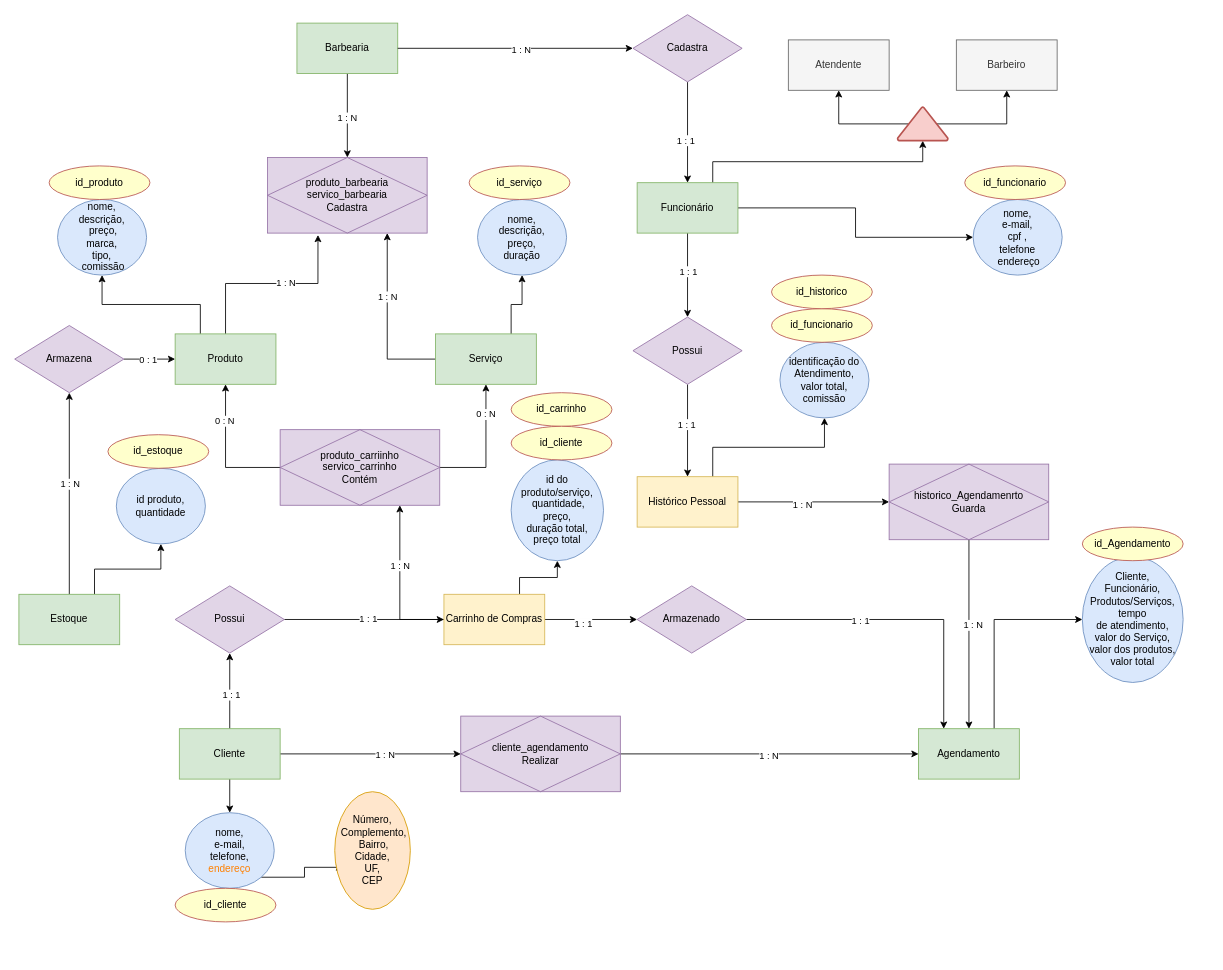
Before: projetos/barbearia_app/V2/V1_diagrama-barbearia.drawio in Vitin-Ps/meus_projetos, a draw.io diagram. Source tidied: cells renumbered, new cells numbered last; positions are measured from the earlier drawing's top-left corner, leaving out a move shared by most shapes. Both pictures are drawn from the tidied source at 84%, with x=0, y=0 at pixel (14, 14).
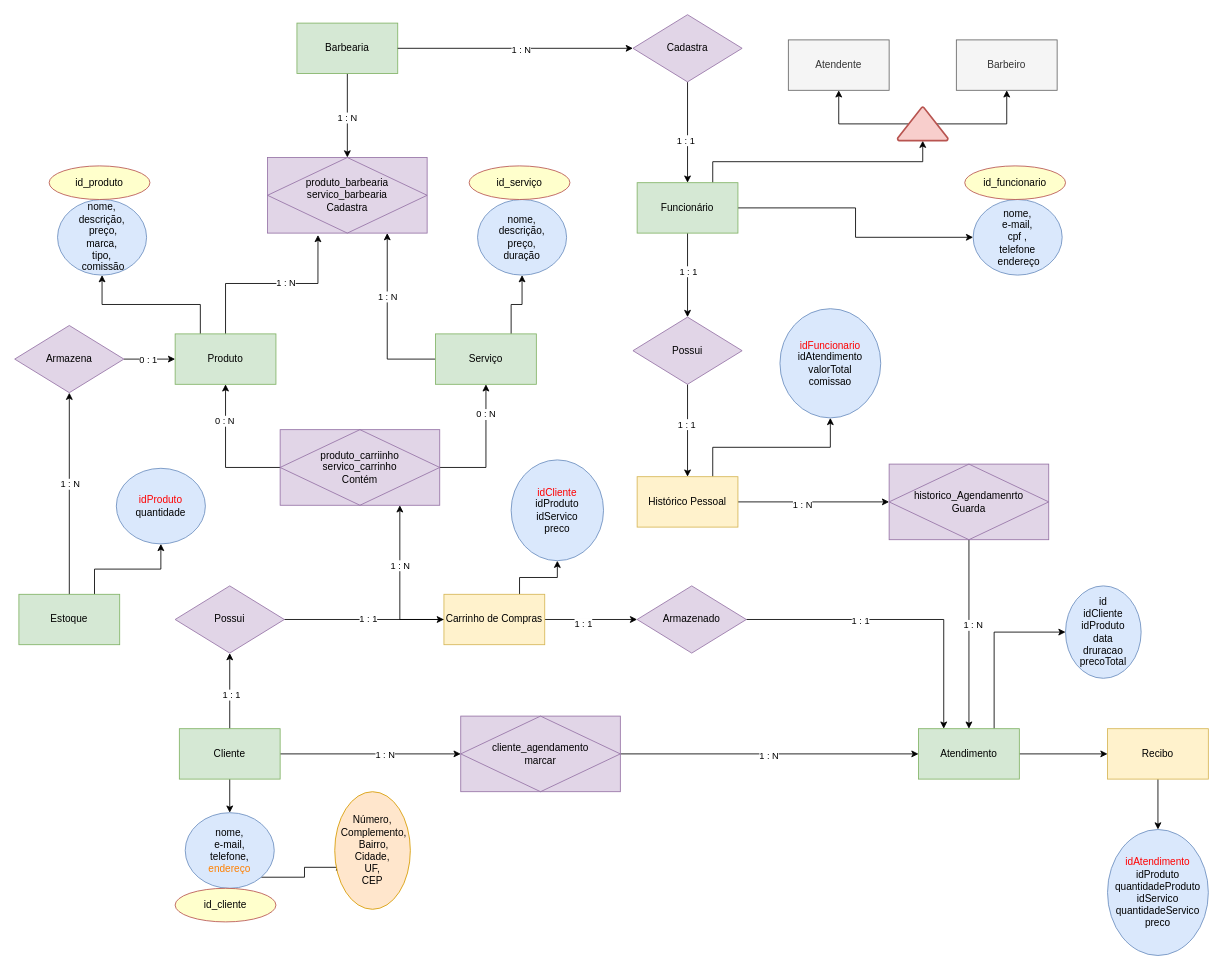
After the change.

Diff of the diagram source:
```diff
@@
-    <mxCell id="30" style="edgeStyle=orthogonalEdgeStyle;rounded=0;jettySize=auto;html=1;exitX=0.75;exitY=0;exitDx=0;exitDy=0;entryX=0;entryY=0.5;entryDx=0;entryDy=0;" parent="1" edge="1" source="31" target="71">
-      <mxGeometry relative="1" as="geometry" />
-    </mxCell>
+    <mxCell id="94" style="edgeStyle=orthogonalEdgeStyle;rounded=0;jettySize=auto;html=1;" parent="1" edge="1" source="31" target="97">
+      <mxGeometry relative="1" as="geometry" />
+    </mxCell>
+    <mxCell id="95" style="edgeStyle=orthogonalEdgeStyle;rounded=0;jettySize=auto;html=1;exitX=0.75;exitY=0;exitDx=0;exitDy=0;entryX=0;entryY=0.5;entryDx=0;entryDy=0;" parent="1" edge="1" source="31" target="98">
+      <mxGeometry relative="1" as="geometry" />
+    </mxCell>
-    <mxCell id="31" value="Agendamento" style="rounded=0;whiteSpace=wrap;html=1;fillColor=#d5e8d4;strokeColor=#82b366;" parent="1" vertex="1">
+    <mxCell id="31" value="Atendimento" style="rounded=0;whiteSpace=wrap;html=1;fillColor=#d5e8d4;strokeColor=#82b366;" parent="1" vertex="1">
       <mxGeometry x="1076" y="850" width="120" height="60" as="geometry" />
     </mxCell>
@@
-    <mxCell id="62" value="cliente_agendamento&lt;br&gt;Realizar" style="shape=associativeEntity;whiteSpace=wrap;html=1;align=center;fillColor=#e1d5e7;strokeColor=#9673a6;" parent="1" vertex="1">
+    <mxCell id="62" value="cliente_agendamento&lt;br&gt;marcar" style="shape=associativeEntity;whiteSpace=wrap;html=1;align=center;fillColor=#e1d5e7;strokeColor=#9673a6;" parent="1" vertex="1">
       <mxGeometry x="531" y="835" width="190" height="90" as="geometry" />
     </mxCell>
@@
-    <mxCell id="71" value="Cliente, &lt;br&gt;Funcionário, &lt;br&gt;Produtos/Serviços, &lt;br&gt;tempo&lt;br&gt;de atendimento, &lt;br&gt;valor do Serviço, &lt;br&gt;valor dos produtos, &lt;br&gt;valor total" style="ellipse;whiteSpace=wrap;html=1;fillColor=#dae8fc;strokeColor=#6c8ebf;" parent="1" vertex="1">
-      <mxGeometry x="1271" y="645" width="120" height="150" as="geometry" />
+    <mxCell id="71" value="&lt;font color=&quot;#ff0000&quot;&gt;idAtendimento&lt;/font&gt;&lt;br&gt;idProduto&lt;br&gt;quantidadeProduto&lt;br&gt;idServico&lt;br&gt;quantidadeServico&lt;br&gt;preco" style="ellipse;whiteSpace=wrap;html=1;fillColor=#dae8fc;strokeColor=#6c8ebf;" parent="1" vertex="1">
+      <mxGeometry x="1301" y="970" width="120" height="150" as="geometry" />
     </mxCell>
-    <mxCell id="72" value="identificação do Atendimento, &lt;br&gt;valor total,&lt;br&gt;comissão" style="ellipse;whiteSpace=wrap;html=1;fillColor=#dae8fc;strokeColor=#6c8ebf;" parent="1" vertex="1">
-      <mxGeometry x="911" y="390" width="106" height="90" as="geometry" />
+    <mxCell id="72" value="&lt;font color=&quot;#ff0000&quot;&gt;idFuncionario&lt;/font&gt;&lt;br&gt;idAtendimento&lt;br&gt;valorTotal&lt;br&gt;comissao" style="ellipse;whiteSpace=wrap;html=1;fillColor=#dae8fc;strokeColor=#6c8ebf;" parent="1" vertex="1">
+      <mxGeometry x="911" y="350" width="120" height="130" as="geometry" />
     </mxCell>
@@
-    <mxCell id="76" value="id do produto/serviço,&lt;br&gt;&amp;nbsp;quantidade, &lt;br&gt;preço,&lt;br&gt;duração total, &lt;br&gt;preço total" style="ellipse;whiteSpace=wrap;html=1;fillColor=#dae8fc;strokeColor=#6c8ebf;" parent="1" vertex="1">
+    <mxCell id="76" value="&lt;font color=&quot;#ff0000&quot;&gt;idCliente&lt;/font&gt;&lt;br&gt;idProduto&lt;br&gt;idServico&lt;br&gt;preco" style="ellipse;whiteSpace=wrap;html=1;fillColor=#dae8fc;strokeColor=#6c8ebf;" parent="1" vertex="1">
       <mxGeometry x="591" y="530" width="110" height="120" as="geometry" />
     </mxCell>
-    <mxCell id="77" value="id produto,&lt;br&gt;quantidade" style="ellipse;whiteSpace=wrap;html=1;fillColor=#dae8fc;strokeColor=#6c8ebf;" parent="1" vertex="1">
+    <mxCell id="77" value="&lt;font color=&quot;#ff0000&quot;&gt;idProduto&lt;/font&gt;&lt;br&gt;quantidade" style="ellipse;whiteSpace=wrap;html=1;fillColor=#dae8fc;strokeColor=#6c8ebf;" parent="1" vertex="1">
       <mxGeometry x="121" y="540" width="106" height="90" as="geometry" />
     </mxCell>
@@
-    <mxCell id="80" value="id_estoque" style="ellipse;whiteSpace=wrap;html=1;fillColor=#FFFFCC;strokeColor=#b85450;" parent="1" vertex="1">
-      <mxGeometry x="111" y="500" width="120" height="40" as="geometry" />
-    </mxCell>
@@
-    <mxCell id="83" value="id_funcionario" style="ellipse;whiteSpace=wrap;html=1;fillColor=#FFFFCC;strokeColor=#b85450;" parent="1" vertex="1">
-      <mxGeometry x="901" y="350" width="120" height="40" as="geometry" />
-    </mxCell>
-    <mxCell id="84" value="id_historico" style="ellipse;whiteSpace=wrap;html=1;fillColor=#FFFFCC;strokeColor=#b85450;" parent="1" vertex="1">
-      <mxGeometry x="901" y="310" width="120" height="40" as="geometry" />
-    </mxCell>
-    <mxCell id="85" value="id_Agendamento" style="ellipse;whiteSpace=wrap;html=1;fillColor=#FFFFCC;strokeColor=#b85450;" parent="1" vertex="1">
-      <mxGeometry x="1271" y="610" width="120" height="40" as="geometry" />
-    </mxCell>
-    <mxCell id="86" value="id_carrinho" style="ellipse;whiteSpace=wrap;html=1;fillColor=#FFFFCC;strokeColor=#b85450;" parent="1" vertex="1">
-      <mxGeometry x="591" y="450" width="120" height="40" as="geometry" />
-    </mxCell>
@@
-    <mxCell id="88" value="id_cliente" style="ellipse;whiteSpace=wrap;html=1;fillColor=#FFFFCC;strokeColor=#b85450;" parent="1" vertex="1">
-      <mxGeometry x="591" y="490" width="120" height="40" as="geometry" />
-    </mxCell>
@@
+    <mxCell id="96" style="edgeStyle=orthogonalEdgeStyle;rounded=0;jettySize=auto;html=1;entryX=0.5;entryY=0;entryDx=0;entryDy=0;" parent="1" edge="1" source="97" target="71">
+      <mxGeometry relative="1" as="geometry" />
+    </mxCell>
+    <mxCell id="97" value="Recibo&lt;br&gt;" style="rounded=0;whiteSpace=wrap;html=1;fillColor=#fff2cc;strokeColor=#d6b656;" parent="1" vertex="1">
+      <mxGeometry x="1301" y="850" width="120" height="60" as="geometry" />
+    </mxCell>
+    <mxCell id="98" value="id&lt;br&gt;idCliente&lt;br&gt;idProduto&lt;br&gt;data&lt;br&gt;druracao&lt;br&gt;precoTotal" style="ellipse;whiteSpace=wrap;html=1;fillColor=#dae8fc;strokeColor=#6c8ebf;" parent="1" vertex="1">
+      <mxGeometry x="1251" y="680" width="90" height="110" as="geometry" />
+    </mxCell>
```
